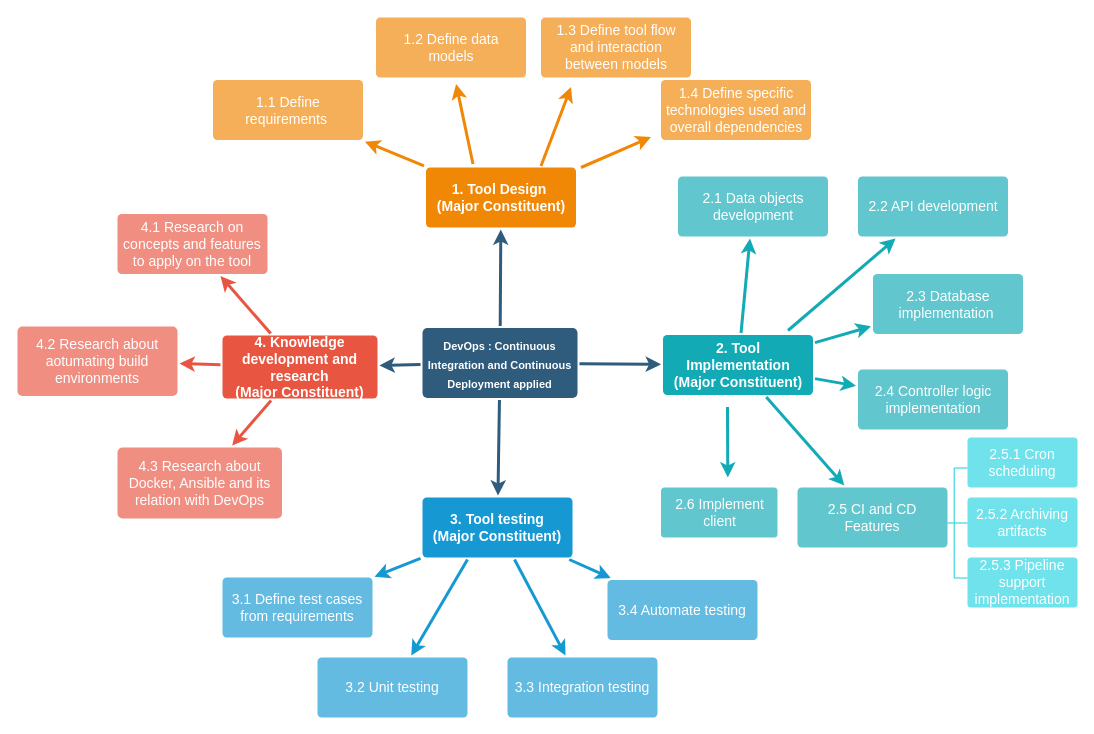
Earlier version of the draw.io diagram proj_proposal/wp_breakdown.drawio (HectorPascual/tfg_documents). Source tidied: cells renumbered, new cells numbered last; positions are measured from the earlier drawing's top-left corner, leaving out a move shared by most shapes. Both pictures are drawn from the tidied source at 100%, with x=0, y=0 at pixel (17, 17).
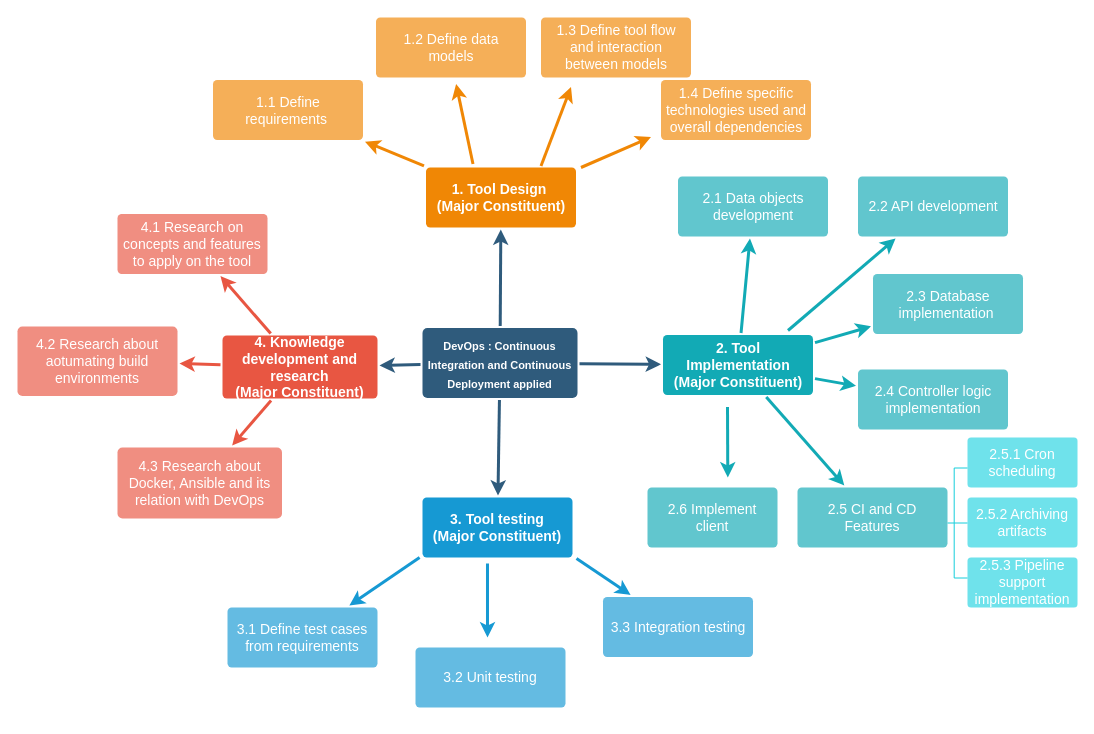
The same page after the edit.

Unchanged cells that the change refers to:
```xml
<mxCell id="17" value="3. Tool testing&lt;br&gt;(Major Constituent)" style="rounded=1;whiteSpace=wrap;html=1;shadow=0;labelBackgroundColor=none;strokeColor=none;strokeWidth=3;fillColor=#1699d3;fontFamily=Helvetica;fontSize=14;fontColor=#FFFFFF;align=center;spacing=5;fontStyle=1;arcSize=7;perimeterSpacing=2;" parent="1" vertex="1">
  <mxGeometry x="405" y="480" width="150" height="60" as="geometry" />
</mxCell>
```

Diff of the diagram source:
```diff
@@
-    <mxCell id="14" style="edgeStyle=none;rounded=0;jumpStyle=none;html=1;shadow=0;labelBackgroundColor=none;startArrow=none;startFill=0;endArrow=classic;endFill=1;jettySize=auto;strokeColor=#1699D3;strokeWidth=3;fontFamily=Helvetica;fontSize=14;fontColor=#FFFFFF;spacing=5;" parent="1" edge="1" source="17" target="20">
+    <mxCell id="14" style="edgeStyle=none;rounded=0;jumpStyle=none;html=1;shadow=0;labelBackgroundColor=none;startArrow=none;startFill=0;endArrow=classic;endFill=1;jettySize=auto;strokeColor=#1699D3;strokeWidth=3;fontFamily=Helvetica;fontSize=14;fontColor=#FFFFFF;spacing=5;exitX=-0.006;exitY=0.969;exitDx=0;exitDy=0;exitPerimeter=0;" parent="1" edge="1" source="17" target="20">
       <mxGeometry relative="1" as="geometry" />
     </mxCell>
-    <mxCell id="15" style="edgeStyle=none;rounded=0;jumpStyle=none;html=1;shadow=0;labelBackgroundColor=none;startArrow=none;startFill=0;endArrow=classic;endFill=1;jettySize=auto;strokeColor=#1699D3;strokeWidth=3;fontFamily=Helvetica;fontSize=14;fontColor=#FFFFFF;spacing=5;" parent="1" edge="1" source="17" target="19">
-      <mxGeometry relative="1" as="geometry" />
+    <mxCell id="15" style="edgeStyle=none;rounded=0;jumpStyle=none;html=1;shadow=0;labelBackgroundColor=none;startArrow=none;startFill=0;endArrow=classic;endFill=1;jettySize=auto;strokeColor=#1699D3;strokeWidth=3;fontFamily=Helvetica;fontSize=14;fontColor=#FFFFFF;spacing=5;" parent="1" edge="1" target="19">
+      <mxGeometry relative="1" as="geometry">
+        <mxPoint x="559" y="541" as="sourcePoint" />
+      </mxGeometry>
     </mxCell>
-    <mxCell id="16" style="edgeStyle=none;rounded=0;jumpStyle=none;html=1;shadow=0;labelBackgroundColor=none;startArrow=none;startFill=0;endArrow=classic;endFill=1;jettySize=auto;strokeColor=#1699D3;strokeWidth=3;fontFamily=Helvetica;fontSize=14;fontColor=#FFFFFF;spacing=5;" parent="1" edge="1" source="17" target="18">
-      <mxGeometry relative="1" as="geometry" />
-    </mxCell>
@@
-    <mxCell id="18" value="3.4 Automate testing" style="rounded=1;whiteSpace=wrap;html=1;shadow=0;labelBackgroundColor=none;strokeColor=none;strokeWidth=3;fillColor=#64bbe2;fontFamily=Helvetica;fontSize=14;fontColor=#FFFFFF;align=center;spacing=5;arcSize=7;perimeterSpacing=2;" parent="1" vertex="1">
-      <mxGeometry x="590" y="562.5" width="150" height="60" as="geometry" />
-    </mxCell>
     <mxCell id="19" value="3.3 Integration testing" style="rounded=1;whiteSpace=wrap;html=1;shadow=0;labelBackgroundColor=none;strokeColor=none;strokeWidth=3;fillColor=#64bbe2;fontFamily=Helvetica;fontSize=14;fontColor=#FFFFFF;align=center;spacing=5;arcSize=7;perimeterSpacing=2;" parent="1" vertex="1">
-      <mxGeometry x="490" y="640" width="150" height="60" as="geometry" />
+      <mxGeometry x="585.5" y="579.5" width="150" height="60" as="geometry" />
     </mxCell>
     <mxCell id="20" value="3.1 Define test cases from requirements" style="rounded=1;whiteSpace=wrap;html=1;shadow=0;labelBackgroundColor=none;strokeColor=none;strokeWidth=3;fillColor=#64bbe2;fontFamily=Helvetica;fontSize=14;fontColor=#FFFFFF;align=center;spacing=5;arcSize=7;perimeterSpacing=2;" parent="1" vertex="1">
-      <mxGeometry x="205" y="560" width="150" height="60" as="geometry" />
+      <mxGeometry x="210" y="590" width="150" height="60" as="geometry" />
     </mxCell>
@@
-    <mxCell id="50" style="edgeStyle=none;rounded=0;jumpStyle=none;html=1;shadow=0;labelBackgroundColor=none;startArrow=none;startFill=0;endArrow=classic;endFill=1;jettySize=auto;strokeColor=#1699D3;strokeWidth=3;fontFamily=Helvetica;fontSize=14;fontColor=#FFFFFF;spacing=5;" parent="1" edge="1" target="51">
+    <mxCell id="50" style="edgeStyle=none;rounded=0;jumpStyle=none;html=1;shadow=0;labelBackgroundColor=none;startArrow=none;startFill=0;endArrow=classic;endFill=1;jettySize=auto;strokeColor=#1699D3;strokeWidth=3;fontFamily=Helvetica;fontSize=14;fontColor=#FFFFFF;spacing=5;exitX=0.435;exitY=1.063;exitDx=0;exitDy=0;exitPerimeter=0;" parent="1" edge="1" source="17">
       <mxGeometry relative="1" as="geometry">
-        <mxPoint x="450" y="542" as="sourcePoint" />
+        <mxPoint x="470" y="620" as="targetPoint" />
       </mxGeometry>
     </mxCell>
     <mxCell id="51" value="3.2 Unit testing" style="rounded=1;whiteSpace=wrap;html=1;shadow=0;labelBackgroundColor=none;strokeColor=none;strokeWidth=3;fillColor=#64bbe2;fontFamily=Helvetica;fontSize=14;fontColor=#FFFFFF;align=center;spacing=5;arcSize=7;perimeterSpacing=2;direction=west;" parent="1" vertex="1">
-      <mxGeometry x="300" y="640" width="150" height="60" as="geometry" />
+      <mxGeometry x="398" y="630" width="150" height="60" as="geometry" />
     </mxCell>
@@
     <mxCell id="53" value="2.6 Implement client" style="rounded=1;whiteSpace=wrap;html=1;shadow=0;labelBackgroundColor=none;strokeColor=none;strokeWidth=3;fillColor=#61c6ce;fontFamily=Helvetica;fontSize=14;fontColor=#FFFFFF;align=center;spacing=5;fontStyle=0;arcSize=7;perimeterSpacing=2;" parent="1" vertex="1">
-      <mxGeometry x="643.5" y="470" width="116.5" height="50" as="geometry" />
+      <mxGeometry x="630" y="470" width="130" height="60" as="geometry" />
     </mxCell>
```
